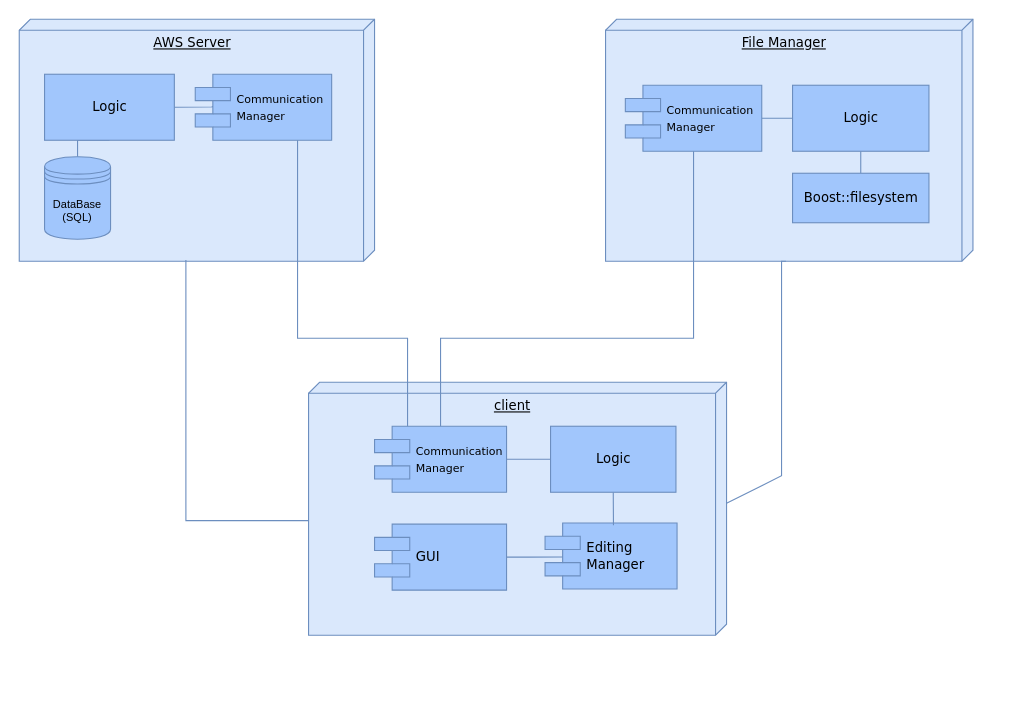
Before: modules.drawio in avnogy/netext, a draw.io diagram. Source tidied: cells renumbered, new cells numbered last; positions are measured from the earlier drawing's top-left corner, leaving out a move shared by most shapes. Both pictures are drawn from the tidied source at 110%, with x=0, y=0 at pixel (19, 19).
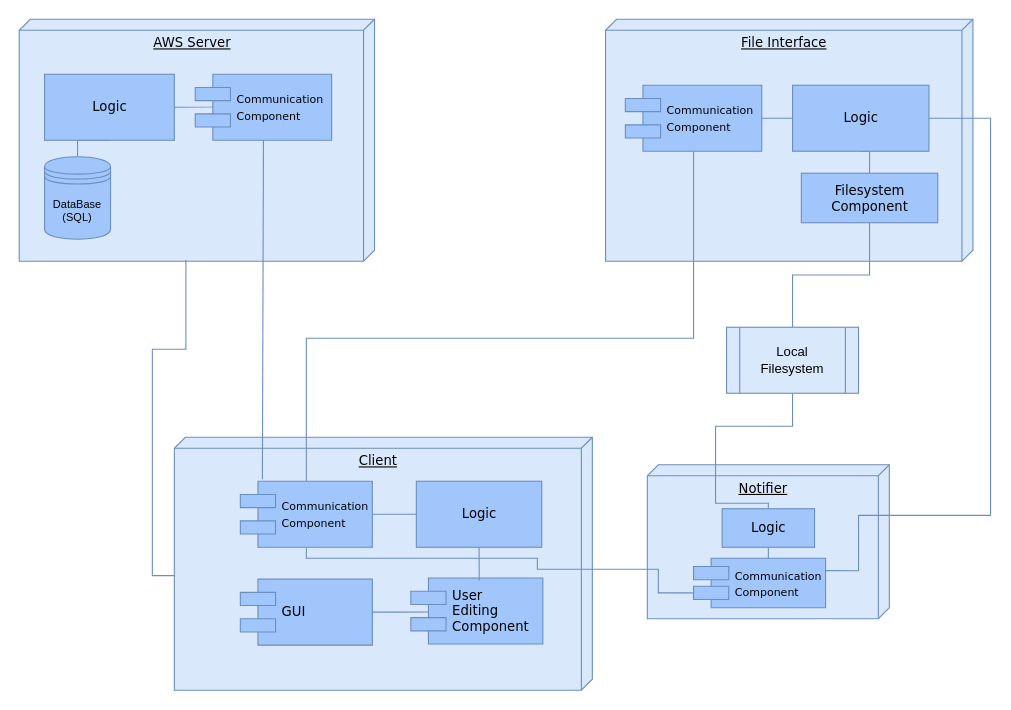
After the change.

The change refers to these unchanged cells:
```xml
<mxCell id="24" value="Logic" style="html=1;rounded=0;shadow=0;comic=0;labelBackgroundColor=none;strokeWidth=1;fontFamily=Verdana;fontSize=12;align=center;enumerate=0;backgroundOutline=0;fixDash=0;snapToPoint=1;fillColor=#A1C6FC;strokeColor=#6c8ebf;" parent="1" vertex="1">
  <mxGeometry x="703" y="60" width="124" height="60" as="geometry" />
</mxCell>
```

Diff of the diagram source:
```diff
@@
+    <mxCell id="26" value="Notifier" style="verticalAlign=top;align=center;spacingTop=8;spacingLeft=2;spacingRight=12;shape=cube;size=10;direction=south;fontStyle=4;html=1;rounded=0;shadow=0;comic=0;labelBackgroundColor=none;strokeWidth=1;fontFamily=Verdana;fontSize=12;enumerate=0;backgroundOutline=0;fixDash=0;fillColor=#dae8fc;strokeColor=#6c8ebf;" parent="1" vertex="1">
+      <mxGeometry x="571" y="405" width="220" height="140" as="geometry" />
+    </mxCell>
@@
-    <mxCell id="3" value="File Manager" style="verticalAlign=top;align=center;spacingTop=8;spacingLeft=2;spacingRight=12;shape=cube;size=10;direction=south;fontStyle=4;html=1;rounded=0;shadow=0;comic=0;labelBackgroundColor=none;strokeWidth=1;fontFamily=Verdana;fontSize=12;enumerate=0;backgroundOutline=0;fixDash=0;snapToPoint=1;fillColor=#dae8fc;strokeColor=#6c8ebf;" parent="1" vertex="1">
+    <mxCell id="3" value="File Interface" style="verticalAlign=top;align=center;spacingTop=8;spacingLeft=2;spacingRight=12;shape=cube;size=10;direction=south;fontStyle=4;html=1;rounded=0;shadow=0;comic=0;labelBackgroundColor=none;strokeWidth=1;fontFamily=Verdana;fontSize=12;enumerate=0;backgroundOutline=0;fixDash=0;snapToPoint=1;fillColor=#dae8fc;strokeColor=#6c8ebf;" parent="1" vertex="1">
       <mxGeometry x="533" width="334" height="220" as="geometry" />
     </mxCell>
@@
-    <mxCell id="5" value="client" style="verticalAlign=top;align=center;spacingTop=8;spacingLeft=2;spacingRight=12;shape=cube;size=10;direction=south;fontStyle=4;html=1;rounded=0;shadow=0;comic=0;labelBackgroundColor=none;strokeWidth=1;fontFamily=Verdana;fontSize=12;enumerate=0;backgroundOutline=0;fixDash=0;snapToPoint=1;fillColor=#dae8fc;strokeColor=#6c8ebf;" parent="1" vertex="1">
-      <mxGeometry x="263" y="330" width="380" height="230" as="geometry" />
+    <mxCell id="5" value="Client" style="verticalAlign=top;align=center;spacingTop=8;spacingLeft=2;spacingRight=12;shape=cube;size=10;direction=south;fontStyle=4;html=1;rounded=0;shadow=0;comic=0;labelBackgroundColor=none;strokeWidth=1;fontFamily=Verdana;fontSize=12;enumerate=0;backgroundOutline=0;fixDash=0;snapToPoint=1;fillColor=#dae8fc;strokeColor=#6c8ebf;" parent="1" vertex="1">
+      <mxGeometry x="141" y="380" width="380" height="230" as="geometry" />
     </mxCell>
@@
-    <mxCell id="7" value="&lt;font style=&quot;font-size: 10px;&quot;&gt;Communication&lt;br&gt;Manager&lt;/font&gt;" style="shape=component;align=left;spacingLeft=36;rounded=0;shadow=0;comic=0;labelBackgroundColor=none;strokeWidth=1;fontFamily=Verdana;fontSize=12;html=1;enumerate=0;backgroundOutline=0;fixDash=0;snapToPoint=1;fillColor=#A1C6FC;strokeColor=#6c8ebf;" parent="1" vertex="1">
+    <mxCell id="7" value="&lt;font style=&quot;font-size: 10px;&quot;&gt;Communication&lt;br&gt;Component&lt;br&gt;&lt;/font&gt;" style="shape=component;align=left;spacingLeft=36;rounded=0;shadow=0;comic=0;labelBackgroundColor=none;strokeWidth=1;fontFamily=Verdana;fontSize=12;html=1;enumerate=0;backgroundOutline=0;fixDash=0;snapToPoint=1;fillColor=#A1C6FC;strokeColor=#6c8ebf;" parent="1" vertex="1">
       <mxGeometry x="160" y="50" width="124" height="60" as="geometry" />
     </mxCell>
@@
-    <mxCell id="9" value="&lt;span style=&quot;font-size: 10px;&quot;&gt;Communication&lt;/span&gt;&lt;br style=&quot;font-size: 10px;&quot;&gt;&lt;span style=&quot;font-size: 10px;&quot;&gt;Manager&lt;/span&gt;" style="shape=component;align=left;spacingLeft=36;rounded=0;shadow=0;comic=0;labelBackgroundColor=none;strokeWidth=1;fontFamily=Verdana;fontSize=12;html=1;enumerate=0;backgroundOutline=0;fixDash=0;snapToPoint=1;fillColor=#A1C6FC;strokeColor=#6c8ebf;" parent="1" vertex="1">
+    <mxCell id="9" value="&lt;span style=&quot;font-size: 10px;&quot;&gt;Communication&lt;/span&gt;&lt;br style=&quot;font-size: 10px;&quot;&gt;&lt;span style=&quot;font-size: 10px;&quot;&gt;Component&lt;/span&gt;" style="shape=component;align=left;spacingLeft=36;rounded=0;shadow=0;comic=0;labelBackgroundColor=none;strokeWidth=1;fontFamily=Verdana;fontSize=12;html=1;enumerate=0;backgroundOutline=0;fixDash=0;snapToPoint=1;fillColor=#A1C6FC;strokeColor=#6c8ebf;" parent="1" vertex="1">
       <mxGeometry x="551" y="60" width="124" height="60" as="geometry" />
     </mxCell>
@@
+    <mxCell id="27" style="edgeStyle=orthogonalEdgeStyle;rounded=0;jettySize=auto;html=1;entryX=0.5;entryY=0;entryDx=0;entryDy=0;endArrow=none;endFill=0;strokeColor=#6c8ebf;fillColor=#dae8fc;" parent="1" edge="1" source="11" target="29">
+      <mxGeometry relative="1" as="geometry" />
+    </mxCell>
-    <mxCell id="11" value="Boost::filesystem" style="html=1;rounded=0;shadow=0;comic=0;labelBackgroundColor=none;strokeWidth=1;fontFamily=Verdana;fontSize=12;align=center;enumerate=0;backgroundOutline=0;fixDash=0;snapToPoint=1;fillColor=#A1C6FC;strokeColor=#6c8ebf;" parent="1" vertex="1">
-      <mxGeometry x="703" y="140" width="124" height="45" as="geometry" />
+    <mxCell id="11" value="Filesystem &lt;br&gt;Component" style="html=1;rounded=0;shadow=0;comic=0;labelBackgroundColor=none;strokeWidth=1;fontFamily=Verdana;fontSize=12;align=center;enumerate=0;backgroundOutline=0;fixDash=0;snapToPoint=1;fillColor=#A1C6FC;strokeColor=#6c8ebf;" parent="1" vertex="1">
+      <mxGeometry x="711" y="140" width="124" height="45" as="geometry" />
     </mxCell>
@@
+    <mxCell id="28" style="edgeStyle=orthogonalEdgeStyle;rounded=0;jettySize=auto;html=1;entryX=0;entryY=0.7;entryDx=0;entryDy=0;strokeColor=#6c8ebf;endArrow=none;endFill=0;fillColor=#dae8fc;" parent="1" edge="1" source="13" target="34">
+      <mxGeometry relative="1" as="geometry">
+        <Array as="points">
+          <mxPoint x="261" y="490" />
+          <mxPoint x="471" y="490" />
+          <mxPoint x="471" y="500" />
+          <mxPoint x="581" y="500" />
+          <mxPoint x="581" y="522" />
+        </Array>
+      </mxGeometry>
+    </mxCell>
-    <mxCell id="13" value="&lt;span style=&quot;font-size: 10px;&quot;&gt;Communication&lt;/span&gt;&lt;br style=&quot;font-size: 10px;&quot;&gt;&lt;span style=&quot;font-size: 10px;&quot;&gt;Manager&lt;/span&gt;" style="shape=component;align=left;spacingLeft=36;rounded=0;shadow=0;comic=0;labelBackgroundColor=none;strokeWidth=1;fontFamily=Verdana;fontSize=12;html=1;enumerate=0;backgroundOutline=0;fixDash=0;snapToPoint=1;fillColor=#A1C6FC;strokeColor=#6c8ebf;" parent="1" vertex="1">
-      <mxGeometry x="323" y="370" width="120" height="60" as="geometry" />
+    <mxCell id="13" value="&lt;span style=&quot;font-size: 10px;&quot;&gt;Communication&lt;/span&gt;&lt;br style=&quot;font-size: 10px;&quot;&gt;&lt;span style=&quot;font-size: 10px;&quot;&gt;Component&lt;/span&gt;" style="shape=component;align=left;spacingLeft=36;rounded=0;shadow=0;comic=0;labelBackgroundColor=none;strokeWidth=1;fontFamily=Verdana;fontSize=12;html=1;enumerate=0;backgroundOutline=0;fixDash=0;snapToPoint=1;fillColor=#A1C6FC;strokeColor=#6c8ebf;" parent="1" vertex="1">
+      <mxGeometry x="201" y="420" width="120" height="60" as="geometry" />
     </mxCell>
-    <mxCell id="14" style="edgeStyle=none;rounded=0;html=1;labelBackgroundColor=none;startArrow=none;startFill=0;startSize=8;endArrow=none;endFill=0;endSize=16;fontFamily=Verdana;fontSize=12;entryX=0.75;entryY=1;entryDx=0;entryDy=0;comic=0;enumerate=0;backgroundOutline=0;fixDash=0;snapToPoint=1;exitX=0.25;exitY=0;exitDx=0;exitDy=0;fillColor=#dae8fc;strokeColor=#6c8ebf;" parent="1" edge="1" source="13" target="7">
-      <mxGeometry relative="1" as="geometry">
-        <Array as="points">
-          <mxPoint x="353" y="290" />
-          <mxPoint x="253" y="290" />
-        </Array>
-      </mxGeometry>
+    <mxCell id="14" style="edgeStyle=none;rounded=0;html=1;labelBackgroundColor=none;startArrow=none;startFill=0;startSize=8;endArrow=none;endFill=0;endSize=16;fontFamily=Verdana;fontSize=12;entryX=0.5;entryY=1;entryDx=0;entryDy=0;comic=0;enumerate=0;backgroundOutline=0;fixDash=0;snapToPoint=1;exitX=0.167;exitY=-0.031;exitDx=0;exitDy=0;fillColor=#dae8fc;strokeColor=#6c8ebf;exitPerimeter=0;" parent="1" edge="1" source="13" target="7">
+      <mxGeometry relative="1" as="geometry" />
     </mxCell>
-    <mxCell id="15" style="edgeStyle=orthogonalEdgeStyle;rounded=0;html=1;labelBackgroundColor=none;startArrow=none;startFill=0;startSize=8;endArrow=none;endFill=0;endSize=16;fontFamily=Verdana;fontSize=12;entryX=0;entryY=0;entryDx=220;entryDy=170;entryPerimeter=0;comic=0;enumerate=0;backgroundOutline=0;fixDash=0;snapToPoint=1;fillColor=#dae8fc;strokeColor=#6c8ebf;" parent="1" edge="1" source="5" target="3">
-      <mxGeometry relative="1" as="geometry">
-        <Array as="points">
-          <mxPoint x="693" y="415" />
-        </Array>
-      </mxGeometry>
-    </mxCell>
@@
     <mxCell id="17" value="GUI" style="shape=component;align=left;spacingLeft=36;rounded=0;shadow=0;comic=0;labelBackgroundColor=none;strokeWidth=1;fontFamily=Verdana;fontSize=12;html=1;enumerate=0;backgroundOutline=0;fixDash=0;snapToPoint=1;fillColor=#A1C6FC;strokeColor=#6c8ebf;" parent="1" vertex="1">
-      <mxGeometry x="323" y="459" width="120" height="60" as="geometry" />
+      <mxGeometry x="201" y="509" width="120" height="60" as="geometry" />
     </mxCell>
-    <mxCell id="18" value="Editing&lt;br&gt;Manager" style="shape=component;align=left;spacingLeft=36;rounded=0;shadow=0;comic=0;labelBackgroundColor=none;strokeWidth=1;fontFamily=Verdana;fontSize=12;html=1;enumerate=0;backgroundOutline=0;fixDash=0;snapToPoint=1;fillColor=#A1C6FC;strokeColor=#6c8ebf;" parent="1" vertex="1">
-      <mxGeometry x="478" y="458" width="120" height="60" as="geometry" />
+    <mxCell id="18" value="&lt;font style=&quot;font-size: 12px;&quot;&gt;User&lt;br&gt;Editing&lt;br&gt;Component&lt;/font&gt;" style="shape=component;align=left;spacingLeft=36;rounded=0;shadow=0;comic=0;labelBackgroundColor=none;strokeWidth=1;fontFamily=Verdana;fontSize=12;html=1;enumerate=0;backgroundOutline=0;fixDash=0;snapToPoint=1;fillColor=#A1C6FC;strokeColor=#6c8ebf;" parent="1" vertex="1">
+      <mxGeometry x="356" y="508" width="120" height="60" as="geometry" />
     </mxCell>
     <mxCell id="19" style="edgeStyle=none;rounded=0;html=1;labelBackgroundColor=none;startArrow=none;startFill=0;startSize=8;endArrow=none;endFill=0;endSize=16;fontFamily=Verdana;fontSize=12;exitX=0.5;exitY=0;exitDx=0;exitDy=0;entryX=0.5;entryY=1;entryDx=0;entryDy=0;comic=0;enumerate=0;backgroundOutline=0;fixDash=0;snapToPoint=1;fillColor=#dae8fc;strokeColor=#6c8ebf;" parent="1" edge="1" source="13" target="9">
       <mxGeometry relative="1" as="geometry">
         <Array as="points">
-          <mxPoint x="383" y="290" />
+          <mxPoint x="261" y="290" />
           <mxPoint x="613" y="290" />
         </Array>
       </mxGeometry>
     </mxCell>
@@
     <mxCell id="22" style="edgeStyle=orthogonalEdgeStyle;rounded=0;jettySize=auto;html=1;entryX=0.518;entryY=-0.006;entryDx=0;entryDy=0;startArrow=none;startFill=0;endArrow=none;endFill=0;comic=0;enumerate=0;backgroundOutline=0;fixDash=0;snapToPoint=1;entryPerimeter=0;fillColor=#dae8fc;strokeColor=#6c8ebf;" parent="1" edge="1" source="23" target="18">
       <mxGeometry relative="1" as="geometry">
         <Array as="points">
-          <mxPoint x="540" y="460" />
+          <mxPoint x="418" y="510" />
         </Array>
       </mxGeometry>
     </mxCell>
     <mxCell id="23" value="Logic" style="html=1;rounded=0;shadow=0;comic=0;labelBackgroundColor=none;strokeWidth=1;fontFamily=Verdana;fontSize=12;align=center;enumerate=0;backgroundOutline=0;fixDash=0;snapToPoint=1;fillColor=#A1C6FC;strokeColor=#6c8ebf;" parent="1" vertex="1">
-      <mxGeometry x="483" y="370" width="114" height="60" as="geometry" />
+      <mxGeometry x="361" y="420" width="114" height="60" as="geometry" />
     </mxCell>
@@
+    <mxCell id="29" value="&lt;span style=&quot;&quot;&gt;Local&lt;/span&gt;&lt;br style=&quot;&quot;&gt;&lt;span style=&quot;&quot;&gt;Filesystem&lt;/span&gt;" style="shape=process;whiteSpace=wrap;html=1;backgroundOutline=1;fillColor=#dae8fc;strokeColor=#6c8ebf;" parent="1" vertex="1">
+      <mxGeometry x="643" y="280" width="120" height="60" as="geometry" />
+    </mxCell>
+    <mxCell id="30" style="edgeStyle=orthogonalEdgeStyle;rounded=0;jettySize=auto;html=1;entryX=0.5;entryY=1;entryDx=0;entryDy=0;strokeColor=#6c8ebf;endArrow=none;endFill=0;fillColor=#dae8fc;exitX=0.5;exitY=0;exitDx=0;exitDy=0;" parent="1" edge="1" source="33" target="29">
+      <mxGeometry relative="1" as="geometry">
+        <Array as="points">
+          <mxPoint x="681" y="440" />
+          <mxPoint x="633" y="440" />
+          <mxPoint x="633" y="370" />
+          <mxPoint x="703" y="370" />
+        </Array>
+      </mxGeometry>
+    </mxCell>
+    <mxCell id="31" style="edgeStyle=orthogonalEdgeStyle;rounded=0;jettySize=auto;html=1;entryX=1;entryY=0.5;entryDx=0;entryDy=0;strokeColor=#6c8ebf;endArrow=none;endFill=0;exitX=1;exitY=0.25;exitDx=0;exitDy=0;fillColor=#dae8fc;" parent="1" edge="1" source="34" target="24">
+      <mxGeometry relative="1" as="geometry">
+        <Array as="points">
+          <mxPoint x="763" y="501" />
+          <mxPoint x="763" y="451" />
+          <mxPoint x="883" y="451" />
+          <mxPoint x="883" y="90" />
+        </Array>
+      </mxGeometry>
+    </mxCell>
+    <mxCell id="32" style="edgeStyle=orthogonalEdgeStyle;rounded=0;jettySize=auto;html=1;entryX=0.5;entryY=0;entryDx=0;entryDy=0;strokeColor=#6c8ebf;endArrow=none;endFill=0;fillColor=#dae8fc;" parent="1" edge="1" source="33" target="34">
+      <mxGeometry relative="1" as="geometry" />
+    </mxCell>
+    <mxCell id="33" value="Logic" style="html=1;rounded=0;shadow=0;comic=0;labelBackgroundColor=none;strokeWidth=1;fontFamily=Verdana;fontSize=12;align=center;enumerate=0;backgroundOutline=0;fixDash=0;snapToPoint=1;fillColor=#A1C6FC;strokeColor=#6c8ebf;" parent="1" vertex="1">
+      <mxGeometry x="639" y="445" width="84" height="35" as="geometry" />
+    </mxCell>
+    <mxCell id="34" value="&lt;span style=&quot;font-size: 10px;&quot;&gt;Communication&lt;/span&gt;&lt;br style=&quot;font-size: 10px;&quot;&gt;&lt;span style=&quot;font-size: 10px;&quot;&gt;Component&lt;/span&gt;" style="shape=component;align=left;spacingLeft=36;rounded=0;shadow=0;comic=0;labelBackgroundColor=none;strokeWidth=1;fontFamily=Verdana;fontSize=12;html=1;enumerate=0;backgroundOutline=0;fixDash=0;snapToPoint=1;fillColor=#A1C6FC;strokeColor=#6c8ebf;" parent="1" vertex="1">
+      <mxGeometry x="613" y="490" width="120" height="45" as="geometry" />
+    </mxCell>
```
